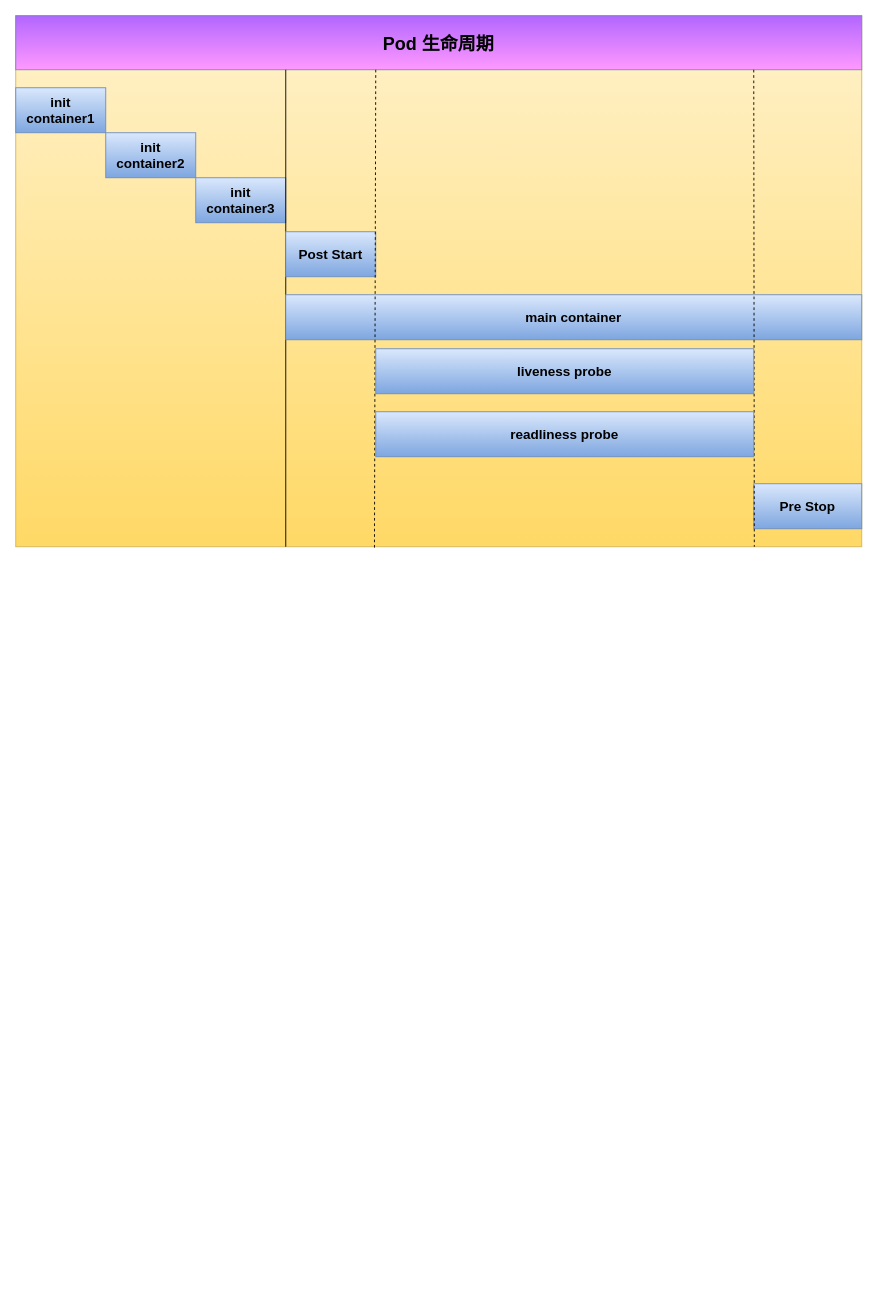
Above: K8S/resources/K8S-Pod详解.drawio in wenze-study/study-node (draw.io), before the change. Source tidied: cells renumbered, new cells numbered last; positions are measured from the earlier drawing's top-left corner, leaving out a move shared by most shapes. Both pictures are drawn from the tidied source at 90%, with x=0, y=0 at pixel (15, 15).
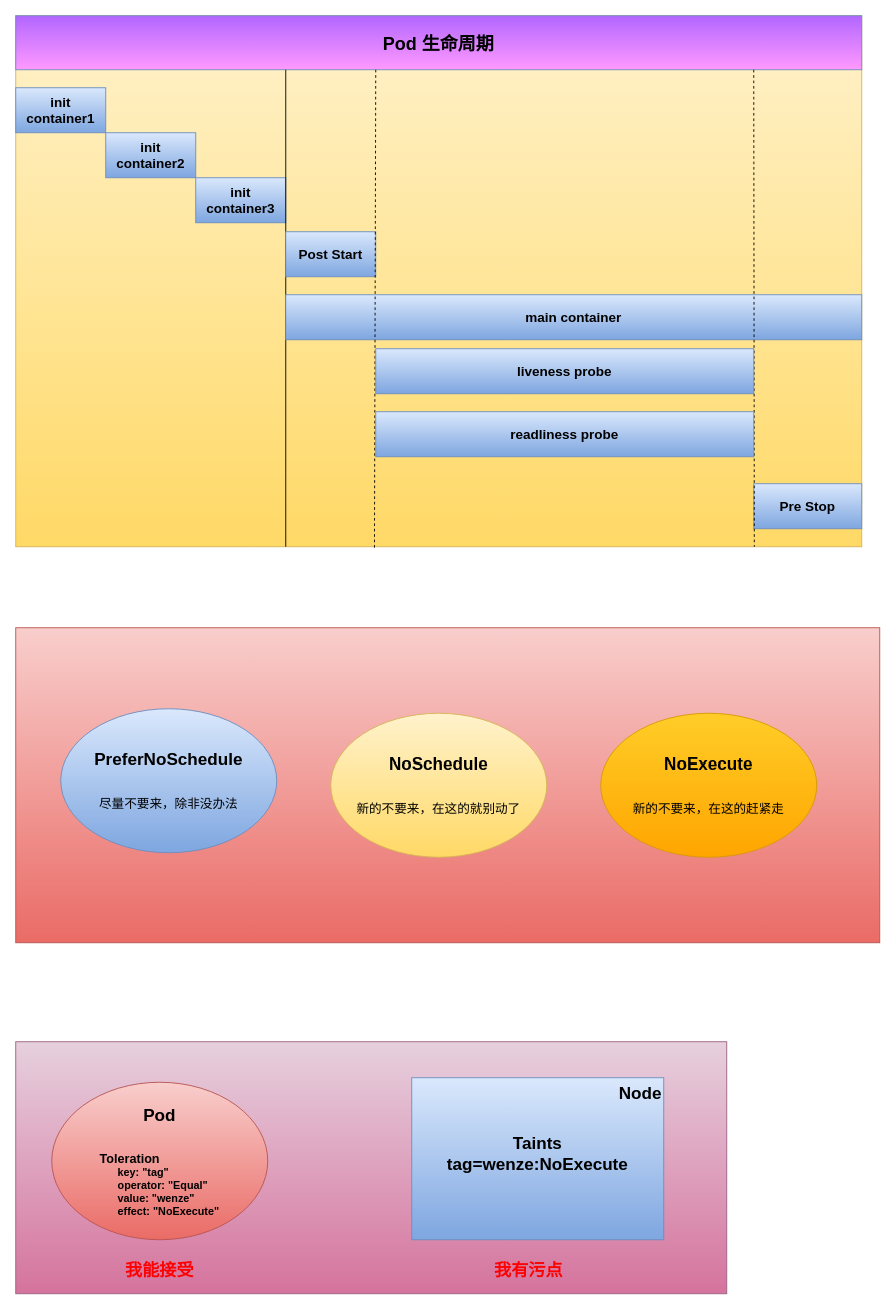
Above is the later version.

Commit message (it also covers changes not shown here):
feat( K8S-Pod详解 ): ✨ 完成 Pod 详解的所有笔记

1. 完成 Pod 详解中的重启策略笔记
2. 完成 Pod 详解中的 Pod 调度笔记

Diff of the diagram source:
```diff
@@
+    <mxCell id="15" style="rounded=0;whiteSpace=wrap;html=1;fillColor=#f8cecc;gradientColor=#ea6b66;strokeColor=#b85450;" parent="1" vertex="1">
+      <mxGeometry y="680" width="960" height="350" as="geometry" />
+    </mxCell>
@@
+    <mxCell id="16" value="&lt;font style=&quot;&quot;&gt;&lt;b style=&quot;&quot;&gt;&lt;font style=&quot;font-size: 19px;&quot;&gt;PreferNoSchedule&lt;/font&gt;&lt;/b&gt;&lt;br&gt;&lt;br&gt;&lt;br&gt;&lt;span style=&quot;font-size: 14px;&quot;&gt;尽量不要来，除非没办法&lt;/span&gt;&lt;/font&gt;" style="ellipse;whiteSpace=wrap;html=1;fillColor=#dae8fc;gradientColor=#7ea6e0;strokeColor=#6c8ebf;" parent="1" vertex="1">
+      <mxGeometry x="50" y="770" width="240" height="160" as="geometry" />
+    </mxCell>
+    <mxCell id="17" value="&lt;font style=&quot;&quot;&gt;&lt;b style=&quot;&quot;&gt;&lt;font style=&quot;font-size: 19px;&quot;&gt;NoSchedule&lt;/font&gt;&lt;/b&gt;&lt;br&gt;&lt;br&gt;&lt;br&gt;&lt;span style=&quot;font-size: 14px;&quot;&gt;新的不要来，在这的就别动了&lt;/span&gt;&lt;/font&gt;" style="ellipse;whiteSpace=wrap;html=1;fillColor=#fff2cc;gradientColor=#ffd966;strokeColor=#d6b656;" parent="1" vertex="1">
+      <mxGeometry x="350" y="775" width="240" height="160" as="geometry" />
+    </mxCell>
+    <mxCell id="18" value="&lt;font style=&quot;&quot;&gt;&lt;span style=&quot;font-size: 19px;&quot;&gt;&lt;b&gt;NoExecute&lt;/b&gt;&lt;/span&gt;&lt;br&gt;&lt;br&gt;&lt;br&gt;&lt;span style=&quot;font-size: 14px;&quot;&gt;新的不要来，在这的赶紧走&lt;/span&gt;&lt;br&gt;&lt;/font&gt;" style="ellipse;whiteSpace=wrap;html=1;fillColor=#ffcd28;gradientColor=#ffa500;strokeColor=#d79b00;" parent="1" vertex="1">
+      <mxGeometry x="650" y="775" width="240" height="160" as="geometry" />
+    </mxCell>
+    <mxCell id="19" style="rounded=0;whiteSpace=wrap;html=1;fontSize=19;fillColor=#e6d0de;gradientColor=#d5739d;strokeColor=#996185;" parent="1" vertex="1">
+      <mxGeometry y="1140" width="790" height="280" as="geometry" />
+    </mxCell>
+    <mxCell id="20" value="&lt;font style=&quot;&quot;&gt;&lt;b style=&quot;&quot;&gt;&lt;font style=&quot;font-size: 19px;&quot;&gt;Pod&lt;br&gt;&lt;/font&gt;&lt;/b&gt;&lt;br&gt;&lt;br&gt;&lt;div style=&quot;text-align: left;&quot;&gt;&lt;span style=&quot;font-size: 14px; background-color: initial;&quot;&gt;&lt;b&gt;Toleration&lt;/b&gt;&lt;/span&gt;&lt;/div&gt;&lt;div style=&quot;text-align: left;&quot;&gt;&lt;span style=&quot;background-color: initial;&quot;&gt;&lt;b&gt;&amp;nbsp; &amp;nbsp; &amp;nbsp; key: &quot;tag&quot;&lt;/b&gt;&lt;/span&gt;&lt;/div&gt;&lt;div style=&quot;text-align: left;&quot;&gt;&lt;span style=&quot;background-color: initial;&quot;&gt;&lt;b&gt;&amp;nbsp; &amp;nbsp; &amp;nbsp; operator: &quot;Equal&quot;&lt;/b&gt;&lt;/span&gt;&lt;/div&gt;&lt;div style=&quot;text-align: left;&quot;&gt;&lt;span style=&quot;background-color: initial;&quot;&gt;&lt;b&gt;&amp;nbsp; &amp;nbsp; &amp;nbsp; value: &quot;wenze&quot;&lt;/b&gt;&lt;/span&gt;&lt;/div&gt;&lt;div style=&quot;text-align: left;&quot;&gt;&lt;span style=&quot;background-color: initial;&quot;&gt;&lt;b&gt;&amp;nbsp; &amp;nbsp; &amp;nbsp; effect: &quot;NoExecute&quot;&lt;/b&gt;&lt;/span&gt;&lt;/div&gt;&lt;/font&gt;" style="ellipse;whiteSpace=wrap;html=1;fillColor=#f8cecc;gradientColor=#ea6b66;strokeColor=#b85450;" parent="1" vertex="1">
+      <mxGeometry x="40" y="1185" width="240" height="175" as="geometry" />
+    </mxCell>
+    <mxCell id="21" value="Node" style="rounded=0;whiteSpace=wrap;html=1;fontSize=19;align=right;horizontal=1;verticalAlign=top;fontStyle=1;fillColor=#dae8fc;gradientColor=#7ea6e0;strokeColor=#6c8ebf;" parent="1" vertex="1">
+      <mxGeometry x="440" y="1180" width="280" height="180" as="geometry" />
+    </mxCell>
+    <mxCell id="22" value="Taints&lt;br&gt;tag=wenze:NoExecute" style="text;html=1;strokeColor=none;fillColor=none;align=center;verticalAlign=middle;whiteSpace=wrap;rounded=0;fontSize=19;fontStyle=1;" parent="1" vertex="1">
+      <mxGeometry x="550" y="1250" width="60" height="30" as="geometry" />
+    </mxCell>
+    <mxCell id="23" value="我能接受" style="text;html=1;strokeColor=none;fillColor=none;align=center;verticalAlign=middle;whiteSpace=wrap;rounded=0;fontSize=19;fontStyle=1;fontColor=#FF0000;" parent="1" vertex="1">
+      <mxGeometry x="110" y="1380" width="100" height="30" as="geometry" />
+    </mxCell>
+    <mxCell id="24" value="我有污点" style="text;html=1;strokeColor=none;fillColor=none;align=center;verticalAlign=middle;whiteSpace=wrap;rounded=0;fontSize=19;fontStyle=1;fontColor=#FF0000;" parent="1" vertex="1">
+      <mxGeometry x="520" y="1380" width="100" height="30" as="geometry" />
+    </mxCell>
```
